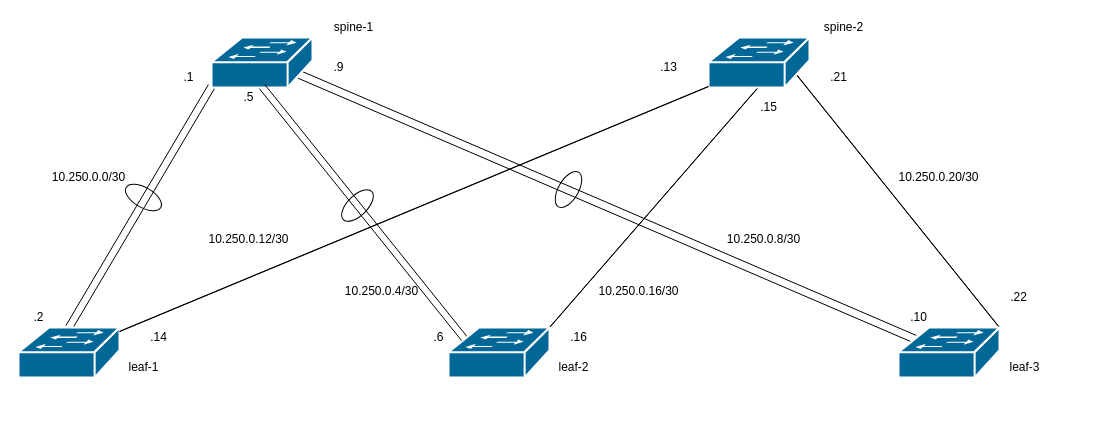
This is ceos/5-node_port-channel/vxlan_ospf-underlay.drawio from rmcmilli/Terraform, a draw.io file, before an edit. Source tidied: cells renumbered, new cells numbered last; positions are measured from the earlier drawing's top-left corner, leaving out a move shared by most shapes. Both pictures are drawn from the tidied source at 100%, with x=0, y=0 at pixel (18, 17).
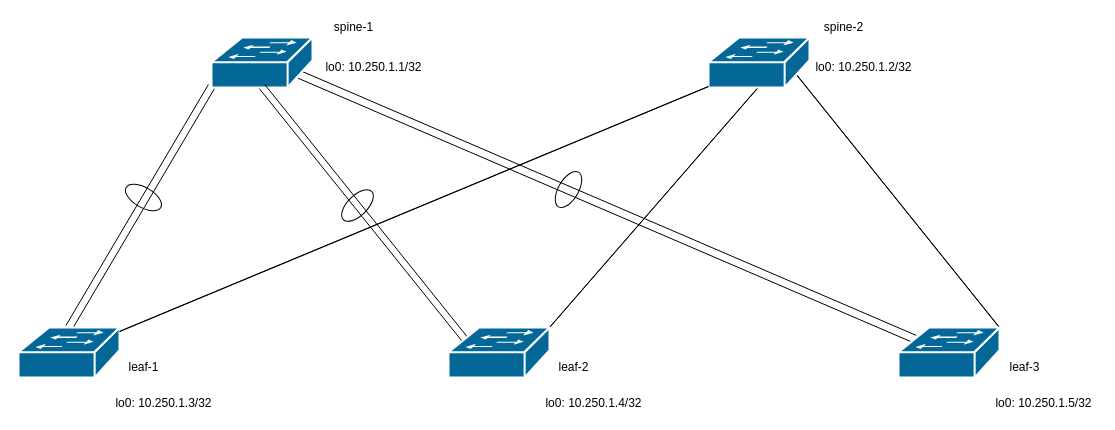
The same diagram, later.

Diff of the diagram source:
```diff
@@
-    <mxCell id="21" parent="0" />
-    <mxCell id="22" value="10.250.0.0/30" style="text;html=1;align=center;verticalAlign=middle;" parent="21" vertex="1">
-      <mxGeometry x="25" y="150" width="90" height="20" as="geometry" />
-    </mxCell>
-    <mxCell id="23" value="10.250.0.12/30" style="text;html=1;align=center;verticalAlign=middle;" parent="21" vertex="1">
-      <mxGeometry x="180" y="212" width="100" height="20" as="geometry" />
-    </mxCell>
-    <mxCell id="24" value="10.250.0.4/30" style="text;html=1;align=center;verticalAlign=middle;" parent="21" vertex="1">
-      <mxGeometry x="318" y="264" width="90" height="20" as="geometry" />
-    </mxCell>
-    <mxCell id="25" value="10.250.0.16/30" style="text;html=1;align=center;verticalAlign=middle;" parent="21" vertex="1">
-      <mxGeometry x="570" y="264" width="100" height="20" as="geometry" />
-    </mxCell>
-    <mxCell id="26" value="10.250.0.8/30" style="text;html=1;align=center;verticalAlign=middle;" parent="21" vertex="1">
-      <mxGeometry x="700" y="212" width="90" height="20" as="geometry" />
-    </mxCell>
-    <mxCell id="27" value="10.250.0.20/30" style="text;html=1;align=center;verticalAlign=middle;" parent="21" vertex="1">
-      <mxGeometry x="870" y="150" width="100" height="20" as="geometry" />
-    </mxCell>
-    <mxCell id="28" value=".1" style="text;html=1;align=center;verticalAlign=middle;" parent="21" vertex="1">
-      <mxGeometry x="155" y="50" width="30" height="20" as="geometry" />
-    </mxCell>
-    <mxCell id="29" value=".2" style="text;html=1;align=center;verticalAlign=middle;" parent="21" vertex="1">
-      <mxGeometry x="5" y="290" width="30" height="20" as="geometry" />
-    </mxCell>
-    <mxCell id="30" value=".5" style="text;html=1;align=center;verticalAlign=middle;" parent="21" vertex="1">
-      <mxGeometry x="215" y="70" width="30" height="20" as="geometry" />
-    </mxCell>
-    <mxCell id="31" value=".6" style="text;html=1;align=center;verticalAlign=middle;" parent="21" vertex="1">
-      <mxGeometry x="405" y="310" width="30" height="20" as="geometry" />
-    </mxCell>
-    <mxCell id="32" value=".9" style="text;html=1;align=center;verticalAlign=middle;" parent="21" vertex="1">
-      <mxGeometry x="305" y="40" width="30" height="20" as="geometry" />
-    </mxCell>
-    <mxCell id="33" value=".10" style="text;html=1;align=center;verticalAlign=middle;" parent="21" vertex="1">
-      <mxGeometry x="885" y="290" width="30" height="20" as="geometry" />
-    </mxCell>
-    <mxCell id="34" value=".13" style="text;html=1;align=center;verticalAlign=middle;" parent="21" vertex="1">
-      <mxGeometry x="635" y="40" width="30" height="20" as="geometry" />
-    </mxCell>
-    <mxCell id="35" value=".14" style="text;html=1;align=center;verticalAlign=middle;" parent="21" vertex="1">
-      <mxGeometry x="125" y="310" width="30" height="20" as="geometry" />
-    </mxCell>
-    <mxCell id="36" value=".15" style="text;html=1;align=center;verticalAlign=middle;" parent="21" vertex="1">
-      <mxGeometry x="735" y="80" width="30" height="20" as="geometry" />
-    </mxCell>
-    <mxCell id="37" value=".16" style="text;html=1;align=center;verticalAlign=middle;" parent="21" vertex="1">
-      <mxGeometry x="545" y="310" width="30" height="20" as="geometry" />
-    </mxCell>
-    <mxCell id="38" value=".21" style="text;html=1;align=center;verticalAlign=middle;" parent="21" vertex="1">
-      <mxGeometry x="805" y="50" width="30" height="20" as="geometry" />
-    </mxCell>
-    <mxCell id="39" value=".22" style="text;html=1;align=center;verticalAlign=middle;" parent="21" vertex="1">
-      <mxGeometry x="985" y="270" width="30" height="20" as="geometry" />
-    </mxCell>
+    <mxCell id="40" parent="0" />
+    <mxCell id="41" value="lo0: 10.250.1.1/32" style="text;html=1;align=center;verticalAlign=middle;" parent="40" vertex="1">
+      <mxGeometry x="300" y="40" width="110" height="20" as="geometry" />
+    </mxCell>
+    <mxCell id="42" value="lo0: 10.250.1.2/32" style="text;html=1;align=center;verticalAlign=middle;" parent="40" vertex="1">
+      <mxGeometry x="790" y="40" width="110" height="20" as="geometry" />
+    </mxCell>
+    <mxCell id="43" value="lo0: 10.250.1.3/32" style="text;html=1;align=center;verticalAlign=middle;" parent="40" vertex="1">
+      <mxGeometry x="90" y="376" width="110" height="20" as="geometry" />
+    </mxCell>
+    <mxCell id="44" value="lo0: 10.250.1.4/32" style="text;html=1;align=center;verticalAlign=middle;" parent="40" vertex="1">
+      <mxGeometry x="520" y="376" width="110" height="20" as="geometry" />
+    </mxCell>
+    <mxCell id="45" value="lo0: 10.250.1.5/32" style="text;html=1;align=center;verticalAlign=middle;" parent="40" vertex="1">
+      <mxGeometry x="970" y="376" width="110" height="20" as="geometry" />
+    </mxCell>
```
